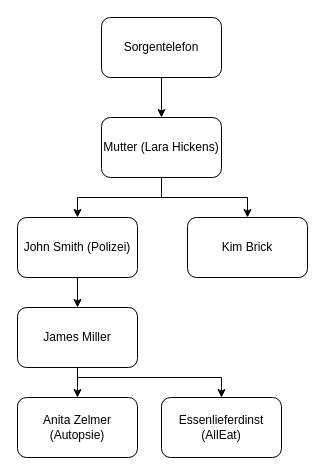
This is Doc/Story/Drawio/Storymap.drawio from StefanLewin/LastCall, a draw.io file, before an edit. Source tidied: cells renumbered, new cells numbered last; positions are measured from the earlier drawing's top-left corner, leaving out a move shared by most shapes. Both pictures are drawn from the tidied source at 100%, with x=0, y=0 at pixel (17, 17).
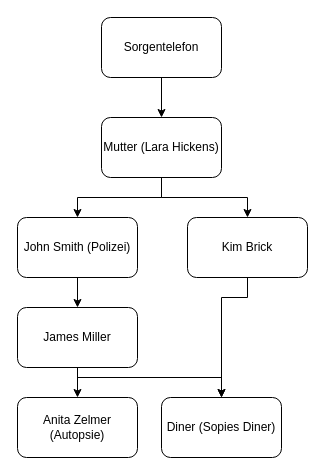
The same page after the edit.

Commit message:
Update story map diagram with new diner node

Replaced 'Essenlieferdinst (AllEat)' with 'Diner (Sopies Diner)' and added a new edge from 'MVpUlsHbnZ6lfmsMkLoA-12' to the diner node. Adjusted diagram layout parameters for improved clarity.

The change refers to these unchanged cells:
```xml
<mxCell id="11" value="Kim Brick" style="rounded=1;whiteSpace=wrap;html=1;" parent="1" vertex="1">
  <mxGeometry x="170" y="200" width="120" height="60" as="geometry" />
</mxCell>
```

The edit, as a diff of the source:
```diff
@@
-    <mxCell id="14" value="Essenlieferdinst (AllEat)" style="rounded=1;whiteSpace=wrap;html=1;" parent="1" vertex="1">
+    <mxCell id="14" value="Diner (Sopies Diner)" style="rounded=1;whiteSpace=wrap;html=1;" parent="1" vertex="1">
       <mxGeometry x="144" y="380" width="120" height="60" as="geometry" />
     </mxCell>
+    <mxCell id="15" style="endArrow=classic;html=1;rounded=0;entryX=0.5;entryY=0;entryDx=0;entryDy=0;exitX=0.5;exitY=1;exitDx=0;exitDy=0;" parent="1" edge="1" source="11" target="14">
+      <mxGeometry relative="1" as="geometry">
+        <Array as="points">
+          <mxPoint x="230" y="280" />
+          <mxPoint x="204" y="280" />
+        </Array>
+      </mxGeometry>
+    </mxCell>
```
